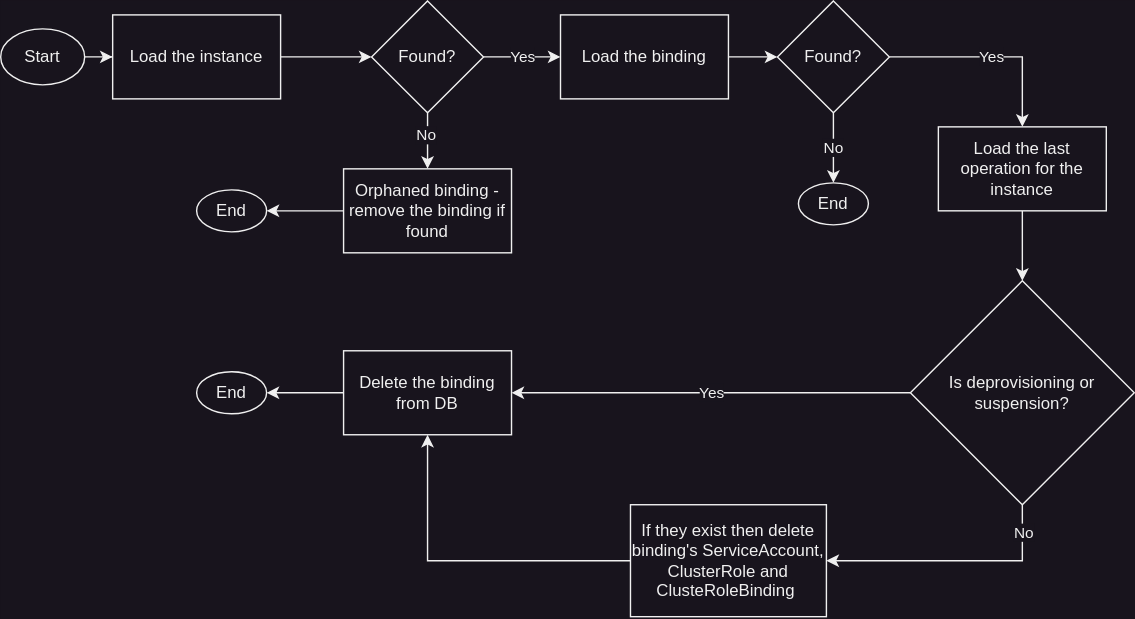
This is docs/assets/bindings-delete-flow.drawio.svg from kyma-project/kyma-environment-broker, a draw.io export, as it was before one commit. Source tidied: cells renumbered, new cells last; positions are measured from the earlier drawing's top-left corner, leaving out a move shared by most shapes. Source of this version:
```xml
<mxGraphModel>
  <root>
    <mxCell id="0" />
    <mxCell id="1" parent="0" />
    <mxCell id="2" style="edgeStyle=orthogonalEdgeStyle;rounded=0;jettySize=auto;html=1;" parent="1" edge="1" source="3" target="5">
      <mxGeometry relative="1" as="geometry" />
    </mxCell>
    <mxCell id="3" value="Start" style="ellipse;whiteSpace=wrap;html=1;" parent="1" vertex="1">
      <mxGeometry y="20" width="60" height="40" as="geometry" />
    </mxCell>
    <mxCell id="4" style="edgeStyle=orthogonalEdgeStyle;rounded=0;jettySize=auto;html=1;" parent="1" edge="1" source="5" target="9">
      <mxGeometry relative="1" as="geometry" />
    </mxCell>
    <mxCell id="5" value="Load the instance" style="whiteSpace=wrap;html=1;" parent="1" vertex="1">
      <mxGeometry x="80" y="10" width="120" height="60" as="geometry" />
    </mxCell>
    <mxCell id="6" style="edgeStyle=orthogonalEdgeStyle;rounded=0;jettySize=auto;html=1;" parent="1" edge="1" source="9" target="12">
      <mxGeometry relative="1" as="geometry" />
    </mxCell>
    <mxCell id="7" value="No" style="edgeLabel;html=1;align=center;verticalAlign=middle;" parent="6" vertex="1">
      <mxGeometry x="-0.2" y="-1" relative="1" as="geometry" />
    </mxCell>
    <mxCell id="8" value="Yes" style="edgeStyle=orthogonalEdgeStyle;rounded=0;jettySize=auto;html=1;" parent="1" edge="1" source="9" target="14">
      <mxGeometry relative="1" as="geometry" />
    </mxCell>
    <mxCell id="9" value="Found?" style="rhombus;whiteSpace=wrap;html=1;" parent="1" vertex="1">
      <mxGeometry x="265" width="80" height="80" as="geometry" />
    </mxCell>
    <mxCell id="10" value="End" style="ellipse;whiteSpace=wrap;html=1;" parent="1" vertex="1">
      <mxGeometry x="140" y="135" width="50" height="30" as="geometry" />
    </mxCell>
    <mxCell id="11" style="edgeStyle=orthogonalEdgeStyle;rounded=0;jettySize=auto;html=1;" parent="1" edge="1" source="12" target="10">
      <mxGeometry relative="1" as="geometry" />
    </mxCell>
    <mxCell id="12" value="Orphaned binding -remove the binding if found" style="whiteSpace=wrap;html=1;" parent="1" vertex="1">
      <mxGeometry x="245" y="120" width="120" height="60" as="geometry" />
    </mxCell>
    <mxCell id="13" style="edgeStyle=orthogonalEdgeStyle;rounded=0;jettySize=auto;html=1;" parent="1" edge="1" source="14" target="17">
      <mxGeometry relative="1" as="geometry" />
    </mxCell>
    <mxCell id="14" value="Load the binding" style="whiteSpace=wrap;html=1;" parent="1" vertex="1">
      <mxGeometry x="400" y="10" width="120" height="60" as="geometry" />
    </mxCell>
    <mxCell id="15" value="No" style="edgeStyle=orthogonalEdgeStyle;rounded=0;jettySize=auto;html=1;" parent="1" edge="1" source="17" target="18">
      <mxGeometry relative="1" as="geometry" />
    </mxCell>
    <mxCell id="16" value="Yes" style="edgeStyle=orthogonalEdgeStyle;rounded=0;jettySize=auto;html=1;" parent="1" edge="1" source="17" target="20">
      <mxGeometry relative="1" as="geometry" />
    </mxCell>
    <mxCell id="17" value="Found?" style="rhombus;whiteSpace=wrap;html=1;" parent="1" vertex="1">
      <mxGeometry x="555" width="80" height="80" as="geometry" />
    </mxCell>
    <mxCell id="18" value="End" style="ellipse;whiteSpace=wrap;html=1;" parent="1" vertex="1">
      <mxGeometry x="570" y="130" width="50" height="30" as="geometry" />
    </mxCell>
    <mxCell id="19" style="edgeStyle=orthogonalEdgeStyle;rounded=0;jettySize=auto;html=1;" parent="1" edge="1" source="20" target="24">
      <mxGeometry relative="1" as="geometry" />
    </mxCell>
    <mxCell id="20" value="Load the last operation for the instance" style="whiteSpace=wrap;html=1;" parent="1" vertex="1">
      <mxGeometry x="670" y="90" width="120" height="60" as="geometry" />
    </mxCell>
    <mxCell id="21" value="Yes" style="edgeStyle=orthogonalEdgeStyle;rounded=0;jettySize=auto;html=1;" parent="1" edge="1" source="24" target="26">
      <mxGeometry relative="1" as="geometry" />
    </mxCell>
    <mxCell id="22" style="edgeStyle=orthogonalEdgeStyle;rounded=0;jettySize=auto;html=1;entryX=1;entryY=0.5;entryDx=0;entryDy=0;" parent="1" edge="1" source="24" target="28">
      <mxGeometry relative="1" as="geometry">
        <Array as="points">
          <mxPoint x="730" y="400" />
        </Array>
      </mxGeometry>
    </mxCell>
    <mxCell id="23" value="No" style="edgeLabel;html=1;align=center;verticalAlign=middle;" parent="22" vertex="1">
      <mxGeometry x="-0.78" y="1" relative="1" as="geometry" />
    </mxCell>
    <mxCell id="24" value="Is deprovisioning or suspension?" style="rhombus;whiteSpace=wrap;html=1;" parent="1" vertex="1">
      <mxGeometry x="650" y="200" width="160" height="160" as="geometry" />
    </mxCell>
    <mxCell id="25" style="edgeStyle=orthogonalEdgeStyle;rounded=0;jettySize=auto;html=1;" parent="1" edge="1" source="26" target="29">
      <mxGeometry relative="1" as="geometry" />
    </mxCell>
    <mxCell id="26" value="Delete the binding from DB" style="whiteSpace=wrap;html=1;" parent="1" vertex="1">
      <mxGeometry x="245" y="250" width="120" height="60" as="geometry" />
    </mxCell>
    <mxCell id="27" style="edgeStyle=orthogonalEdgeStyle;rounded=0;jettySize=auto;html=1;" parent="1" edge="1" source="28" target="26">
      <mxGeometry relative="1" as="geometry" />
    </mxCell>
    <mxCell id="28" value="If they exist then delete binding's ServiceAccount, ClusterRole and ClusteRoleBinding&amp;nbsp;" style="whiteSpace=wrap;html=1;" parent="1" vertex="1">
      <mxGeometry x="450" y="360" width="140" height="80" as="geometry" />
    </mxCell>
    <mxCell id="29" value="End" style="ellipse;whiteSpace=wrap;html=1;" parent="1" vertex="1">
      <mxGeometry x="140" y="265" width="50" height="30" as="geometry" />
    </mxCell>
  </root>
</mxGraphModel>
```
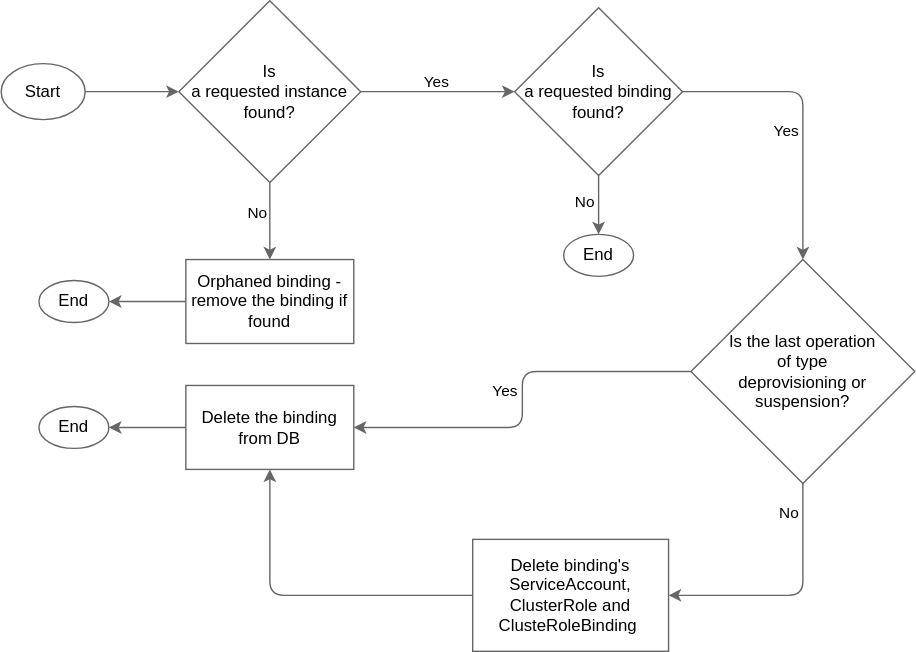
After the change.

Commit message:
Review Corrections

Change to the diagram source:
```diff
@@ -1,93 +1,79 @@
-<mxGraphModel>
+<mxGraphModel background="#ffffff">
   <root>
     <mxCell id="0" />
     <mxCell id="1" parent="0" />
-    <mxCell id="2" style="edgeStyle=orthogonalEdgeStyle;rounded=0;jettySize=auto;html=1;" parent="1" edge="1" source="3" target="5">
+    <mxCell id="2" style="edgeStyle=orthogonalEdgeStyle;rounded=1;jettySize=auto;html=1;curved=0;strokeColor=#666666;" parent="1" edge="1" source="3" target="9">
       <mxGeometry relative="1" as="geometry" />
     </mxCell>
-    <mxCell id="3" value="Start" style="ellipse;whiteSpace=wrap;html=1;" parent="1" vertex="1">
-      <mxGeometry y="20" width="60" height="40" as="geometry" />
+    <mxCell id="3" value="Start" style="ellipse;whiteSpace=wrap;html=1;fillColor=#ffffff;fontColor=#000000;strokeColor=#666666;" parent="1" vertex="1">
+      <mxGeometry x="113" y="20" width="60" height="40" as="geometry" />
     </mxCell>
-    <mxCell id="4" style="edgeStyle=orthogonalEdgeStyle;rounded=0;jettySize=auto;html=1;" parent="1" edge="1" source="5" target="9">
-      <mxGeometry relative="1" as="geometry" />
-    </mxCell>
-    <mxCell id="5" value="Load the instance" style="whiteSpace=wrap;html=1;" parent="1" vertex="1">
-      <mxGeometry x="80" y="10" width="120" height="60" as="geometry" />
-    </mxCell>
-    <mxCell id="6" style="edgeStyle=orthogonalEdgeStyle;rounded=0;jettySize=auto;html=1;" parent="1" edge="1" source="9" target="12">
+    <mxCell id="6" style="edgeStyle=orthogonalEdgeStyle;rounded=1;jettySize=auto;html=1;curved=0;strokeColor=#666666;fontColor=#000000;labelBackgroundColor=none;" parent="1" edge="1" source="9" target="12">
       <mxGeometry relative="1" as="geometry" />
     </mxCell>
-    <mxCell id="7" value="No" style="edgeLabel;html=1;align=center;verticalAlign=middle;" parent="6" vertex="1">
-      <mxGeometry x="-0.2" y="-1" relative="1" as="geometry" />
+    <mxCell id="7" value="No" style="edgeLabel;html=1;align=center;verticalAlign=middle;labelBackgroundColor=none;fontColor=#000000;" parent="6" vertex="1">
+      <mxGeometry x="-0.2" y="-1" relative="1" as="geometry">
+        <mxPoint x="-8" y="-1" as="offset" />
+      </mxGeometry>
     </mxCell>
-    <mxCell id="8" value="Yes" style="edgeStyle=orthogonalEdgeStyle;rounded=0;jettySize=auto;html=1;" parent="1" edge="1" source="9" target="14">
-      <mxGeometry relative="1" as="geometry" />
+    <mxCell id="8" value="Yes" style="edgeStyle=orthogonalEdgeStyle;rounded=1;jettySize=auto;html=1;curved=0;strokeColor=#666666;labelBackgroundColor=none;fontColor=#000000;" parent="1" edge="1" source="9" target="17">
+      <mxGeometry x="-0.02" y="7" relative="1" as="geometry" />
     </mxCell>
-    <mxCell id="9" value="Found?" style="rhombus;whiteSpace=wrap;html=1;" parent="1" vertex="1">
-      <mxGeometry x="265" width="80" height="80" as="geometry" />
+    <mxCell id="9" value="Is&lt;br&gt;a requested instance found?" style="rhombus;whiteSpace=wrap;html=1;fillColor=#ffffff;fontColor=#000000;strokeColor=#666666;" parent="1" vertex="1">
+      <mxGeometry x="240" y="-25" width="130" height="130" as="geometry" />
     </mxCell>
-    <mxCell id="10" value="End" style="ellipse;whiteSpace=wrap;html=1;" parent="1" vertex="1">
-      <mxGeometry x="140" y="135" width="50" height="30" as="geometry" />
+    <mxCell id="10" value="End" style="ellipse;whiteSpace=wrap;html=1;fillColor=#ffffff;fontColor=#000000;strokeColor=#666666;" parent="1" vertex="1">
+      <mxGeometry x="140" y="175" width="50" height="30" as="geometry" />
     </mxCell>
-    <mxCell id="11" style="edgeStyle=orthogonalEdgeStyle;rounded=0;jettySize=auto;html=1;" parent="1" edge="1" source="12" target="10">
+    <mxCell id="11" style="edgeStyle=orthogonalEdgeStyle;rounded=1;jettySize=auto;html=1;curved=0;strokeColor=#666666;" parent="1" edge="1" source="12" target="10">
       <mxGeometry relative="1" as="geometry" />
     </mxCell>
-    <mxCell id="12" value="Orphaned binding -remove the binding if found" style="whiteSpace=wrap;html=1;" parent="1" vertex="1">
-      <mxGeometry x="245" y="120" width="120" height="60" as="geometry" />
+    <mxCell id="12" value="Orphaned binding -remove the binding if found" style="whiteSpace=wrap;html=1;fillColor=#ffffff;fontColor=#000000;strokeColor=#666666;" parent="1" vertex="1">
+      <mxGeometry x="245" y="160" width="120" height="60" as="geometry" />
     </mxCell>
-    <mxCell id="13" style="edgeStyle=orthogonalEdgeStyle;rounded=0;jettySize=auto;html=1;" parent="1" edge="1" source="14" target="17">
-      <mxGeometry relative="1" as="geometry" />
-    </mxCell>
-    <mxCell id="14" value="Load the binding" style="whiteSpace=wrap;html=1;" parent="1" vertex="1">
-      <mxGeometry x="400" y="10" width="120" height="60" as="geometry" />
-    </mxCell>
-    <mxCell id="15" value="No" style="edgeStyle=orthogonalEdgeStyle;rounded=0;jettySize=auto;html=1;" parent="1" edge="1" source="17" target="18">
-      <mxGeometry relative="1" as="geometry" />
+    <mxCell id="15" value="No" style="edgeStyle=orthogonalEdgeStyle;rounded=1;jettySize=auto;html=1;curved=0;strokeColor=#666666;fontColor=#000000;labelBackgroundColor=none;" parent="1" edge="1" source="17" target="18">
+      <mxGeometry x="-0.1" y="-10" relative="1" as="geometry" />
     </mxCell>
-    <mxCell id="16" value="Yes" style="edgeStyle=orthogonalEdgeStyle;rounded=0;jettySize=auto;html=1;" parent="1" edge="1" source="17" target="20">
-      <mxGeometry relative="1" as="geometry" />
+    <mxCell id="16" value="Yes" style="edgeStyle=orthogonalEdgeStyle;rounded=1;jettySize=auto;html=1;curved=0;strokeColor=#666666;labelBackgroundColor=none;fontColor=#000000;" parent="1" edge="1" source="17" target="24">
+      <mxGeometry x="0.11" y="-12" relative="1" as="geometry" />
     </mxCell>
-    <mxCell id="17" value="Found?" style="rhombus;whiteSpace=wrap;html=1;" parent="1" vertex="1">
-      <mxGeometry x="555" width="80" height="80" as="geometry" />
+    <mxCell id="17" value="Is&lt;br&gt;a requested binding found?" style="rhombus;whiteSpace=wrap;html=1;fillColor=#ffffff;fontColor=#000000;strokeColor=#666666;" parent="1" vertex="1">
+      <mxGeometry x="480" y="-20" width="120" height="120" as="geometry" />
     </mxCell>
-    <mxCell id="18" value="End" style="ellipse;whiteSpace=wrap;html=1;" parent="1" vertex="1">
-      <mxGeometry x="570" y="130" width="50" height="30" as="geometry" />
+    <mxCell id="18" value="End" style="ellipse;whiteSpace=wrap;html=1;fillColor=#ffffff;fontColor=#000000;strokeColor=#666666;" parent="1" vertex="1">
+      <mxGeometry x="515" y="142" width="50" height="30" as="geometry" />
     </mxCell>
-    <mxCell id="19" style="edgeStyle=orthogonalEdgeStyle;rounded=0;jettySize=auto;html=1;" parent="1" edge="1" source="20" target="24">
-      <mxGeometry relative="1" as="geometry" />
-    </mxCell>
-    <mxCell id="20" value="Load the last operation for the instance" style="whiteSpace=wrap;html=1;" parent="1" vertex="1">
-      <mxGeometry x="670" y="90" width="120" height="60" as="geometry" />
-    </mxCell>
-    <mxCell id="21" value="Yes" style="edgeStyle=orthogonalEdgeStyle;rounded=0;jettySize=auto;html=1;" parent="1" edge="1" source="24" target="26">
-      <mxGeometry relative="1" as="geometry" />
+    <mxCell id="21" value="Yes" style="edgeStyle=orthogonalEdgeStyle;rounded=1;jettySize=auto;html=1;curved=0;strokeColor=#666666;fontColor=#000000;labelBackgroundColor=none;" parent="1" edge="1" source="24" target="26">
+      <mxGeometry x="-0.04" y="-12" relative="1" as="geometry" />
     </mxCell>
-    <mxCell id="22" style="edgeStyle=orthogonalEdgeStyle;rounded=0;jettySize=auto;html=1;entryX=1;entryY=0.5;entryDx=0;entryDy=0;" parent="1" edge="1" source="24" target="28">
+    <mxCell id="22" style="edgeStyle=orthogonalEdgeStyle;rounded=1;jettySize=auto;html=1;entryX=1;entryY=0.5;entryDx=0;entryDy=0;curved=0;strokeColor=#666666;fontColor=#000000;labelBackgroundColor=none;exitX=0.5;exitY=1;exitDx=0;exitDy=0;" parent="1" edge="1" source="24" target="28">
       <mxGeometry relative="1" as="geometry">
         <Array as="points">
-          <mxPoint x="730" y="400" />
+          <mxPoint x="686" y="400" />
         </Array>
       </mxGeometry>
     </mxCell>
-    <mxCell id="23" value="No" style="edgeLabel;html=1;align=center;verticalAlign=middle;" parent="22" vertex="1">
-      <mxGeometry x="-0.78" y="1" relative="1" as="geometry" />
+    <mxCell id="23" value="No" style="edgeLabel;html=1;align=center;verticalAlign=middle;labelBackgroundColor=none;fontColor=#000000;" parent="22" vertex="1">
+      <mxGeometry x="-0.78" y="1" relative="1" as="geometry">
+        <mxPoint x="-11" y="1" as="offset" />
+      </mxGeometry>
     </mxCell>
-    <mxCell id="24" value="Is deprovisioning or suspension?" style="rhombus;whiteSpace=wrap;html=1;" parent="1" vertex="1">
-      <mxGeometry x="650" y="200" width="160" height="160" as="geometry" />
+    <mxCell id="24" value="Is the last operation &lt;br&gt;of type&lt;br&gt;deprovisioning or suspension?" style="rhombus;whiteSpace=wrap;html=1;fillColor=#ffffff;fontColor=#000000;strokeColor=#666666;" parent="1" vertex="1">
+      <mxGeometry x="606" y="160" width="160" height="160" as="geometry" />
     </mxCell>
-    <mxCell id="25" style="edgeStyle=orthogonalEdgeStyle;rounded=0;jettySize=auto;html=1;" parent="1" edge="1" source="26" target="29">
+    <mxCell id="25" style="edgeStyle=orthogonalEdgeStyle;rounded=1;jettySize=auto;html=1;curved=0;strokeColor=#666666;" parent="1" edge="1" source="26" target="29">
       <mxGeometry relative="1" as="geometry" />
     </mxCell>
-    <mxCell id="26" value="Delete the binding from DB" style="whiteSpace=wrap;html=1;" parent="1" vertex="1">
+    <mxCell id="26" value="Delete the binding from DB" style="whiteSpace=wrap;html=1;fillColor=#ffffff;fontColor=#000000;strokeColor=#666666;" parent="1" vertex="1">
       <mxGeometry x="245" y="250" width="120" height="60" as="geometry" />
     </mxCell>
-    <mxCell id="27" style="edgeStyle=orthogonalEdgeStyle;rounded=0;jettySize=auto;html=1;" parent="1" edge="1" source="28" target="26">
+    <mxCell id="27" style="edgeStyle=orthogonalEdgeStyle;rounded=1;jettySize=auto;html=1;curved=0;strokeColor=#666666;" parent="1" edge="1" source="28" target="26">
       <mxGeometry relative="1" as="geometry" />
     </mxCell>
-    <mxCell id="28" value="If they exist then delete binding's ServiceAccount, ClusterRole and ClusteRoleBinding&amp;nbsp;" style="whiteSpace=wrap;html=1;" parent="1" vertex="1">
+    <mxCell id="28" value="Delete binding's ServiceAccount, ClusterRole and ClusteRoleBinding&amp;nbsp;" style="whiteSpace=wrap;html=1;fillColor=#ffffff;fontColor=#000000;strokeColor=#666666;" parent="1" vertex="1">
       <mxGeometry x="450" y="360" width="140" height="80" as="geometry" />
     </mxCell>
-    <mxCell id="29" value="End" style="ellipse;whiteSpace=wrap;html=1;" parent="1" vertex="1">
+    <mxCell id="29" value="End" style="ellipse;whiteSpace=wrap;html=1;fillColor=#ffffff;fontColor=#000000;strokeColor=#666666;" parent="1" vertex="1">
       <mxGeometry x="140" y="265" width="50" height="30" as="geometry" />
     </mxCell>
   </root>
```
